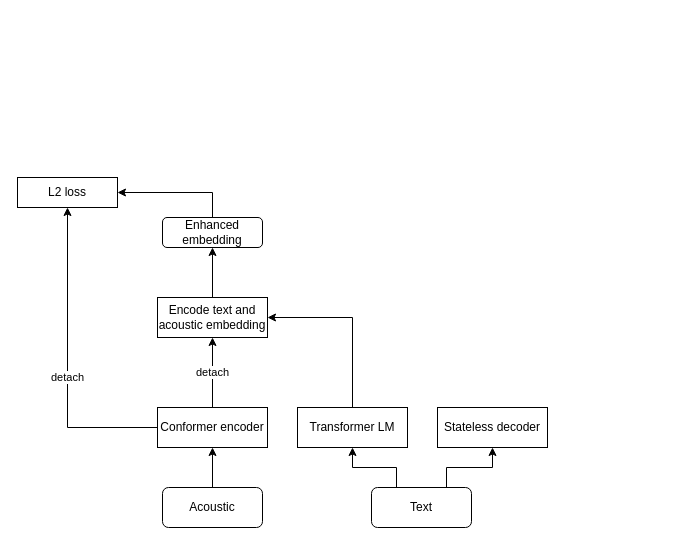
pkufool/drawio keeps this draw.io diagram as work/mbr_structure.drawio. Above is the earlier version. Source tidied: cells renumbered, new cells numbered last; positions are measured from the earlier drawing's top-left corner, leaving out a move shared by most shapes. Both pictures are drawn from the tidied source at 100%, with x=0, y=0 at pixel (17, 177).
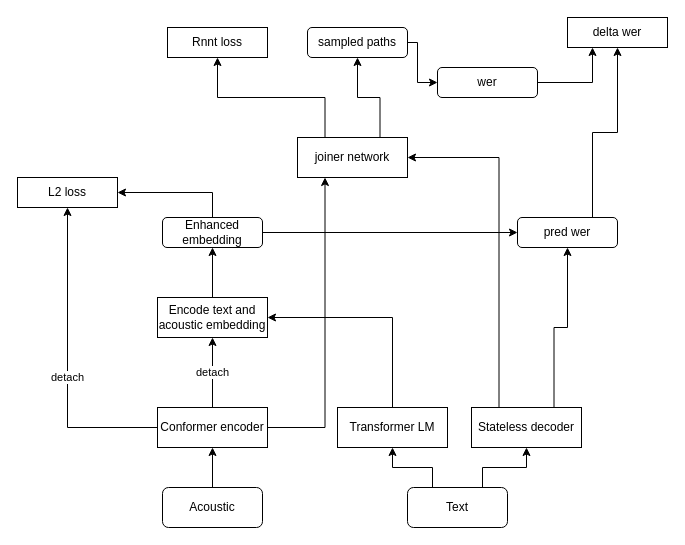
The same diagram, later.

Unchanged cells that the change refers to:
```xml
<mxCell id="5" value="Conformer encoder" style="rounded=0;whiteSpace=wrap;html=1;" parent="1" vertex="1">
  <mxGeometry x="140" y="230" width="110" height="40" as="geometry" />
</mxCell>
<mxCell id="17" value="Enhanced embedding" style="rounded=1;whiteSpace=wrap;html=1;" parent="1" vertex="1">
  <mxGeometry x="145" y="40" width="100" height="30" as="geometry" />
</mxCell>
```

The edit, as a diff of the source:
```diff
@@
+    <mxCell id="19" style="edgeStyle=orthogonalEdgeStyle;rounded=0;jettySize=auto;html=1;exitX=1;exitY=0.5;exitDx=0;exitDy=0;entryX=0.25;entryY=1;entryDx=0;entryDy=0;" parent="1" edge="1" source="5" target="25">
+      <mxGeometry relative="1" as="geometry" />
+    </mxCell>
@@
     <mxCell id="7" value="Transformer LM" style="rounded=0;whiteSpace=wrap;html=1;" parent="1" vertex="1">
-      <mxGeometry x="280" y="230" width="110" height="40" as="geometry" />
+      <mxGeometry x="320" y="230" width="110" height="40" as="geometry" />
     </mxCell>
+    <mxCell id="20" style="edgeStyle=orthogonalEdgeStyle;rounded=0;jettySize=auto;html=1;exitX=0.25;exitY=0;exitDx=0;exitDy=0;entryX=1;entryY=0.5;entryDx=0;entryDy=0;" parent="1" edge="1" source="8" target="25">
+      <mxGeometry relative="1" as="geometry" />
+    </mxCell>
+    <mxCell id="21" style="edgeStyle=orthogonalEdgeStyle;rounded=0;jettySize=auto;html=1;exitX=0.75;exitY=0;exitDx=0;exitDy=0;entryX=0.5;entryY=1;entryDx=0;entryDy=0;" parent="1" edge="1" source="8" target="30">
+      <mxGeometry relative="1" as="geometry" />
+    </mxCell>
     <mxCell id="8" value="Stateless decoder" style="rounded=0;whiteSpace=wrap;html=1;" parent="1" vertex="1">
-      <mxGeometry x="420" y="230" width="110" height="40" as="geometry" />
+      <mxGeometry x="454" y="230" width="110" height="40" as="geometry" />
     </mxCell>
@@
     <mxCell id="11" value="Text" style="rounded=1;whiteSpace=wrap;html=1;" parent="1" vertex="1">
-      <mxGeometry x="354" y="310" width="100" height="40" as="geometry" />
+      <mxGeometry x="390" y="310" width="100" height="40" as="geometry" />
     </mxCell>
@@
+    <mxCell id="22" style="edgeStyle=orthogonalEdgeStyle;rounded=0;jettySize=auto;html=1;exitX=1;exitY=0.5;exitDx=0;exitDy=0;entryX=0;entryY=0.5;entryDx=0;entryDy=0;" parent="1" edge="1" source="17" target="30">
+      <mxGeometry relative="1" as="geometry" />
+    </mxCell>
@@
+    <mxCell id="23" style="edgeStyle=orthogonalEdgeStyle;rounded=0;jettySize=auto;html=1;exitX=0.75;exitY=0;exitDx=0;exitDy=0;entryX=0.5;entryY=1;entryDx=0;entryDy=0;" parent="1" edge="1" source="25" target="27">
+      <mxGeometry relative="1" as="geometry" />
+    </mxCell>
+    <mxCell id="24" style="edgeStyle=orthogonalEdgeStyle;rounded=0;jettySize=auto;html=1;exitX=0.25;exitY=0;exitDx=0;exitDy=0;entryX=0.5;entryY=1;entryDx=0;entryDy=0;" parent="1" edge="1" source="25" target="28">
+      <mxGeometry relative="1" as="geometry" />
+    </mxCell>
+    <mxCell id="25" value="joiner network" style="rounded=0;whiteSpace=wrap;html=1;" parent="1" vertex="1">
+      <mxGeometry x="280" y="-40" width="110" height="40" as="geometry" />
+    </mxCell>
+    <mxCell id="26" style="edgeStyle=orthogonalEdgeStyle;rounded=0;jettySize=auto;html=1;exitX=1;exitY=0.5;exitDx=0;exitDy=0;entryX=0;entryY=0.5;entryDx=0;entryDy=0;" parent="1" edge="1" source="27" target="32">
+      <mxGeometry relative="1" as="geometry">
+        <Array as="points">
+          <mxPoint x="400" y="-135" />
+          <mxPoint x="400" y="-95" />
+        </Array>
+      </mxGeometry>
+    </mxCell>
+    <mxCell id="27" value="sampled paths" style="rounded=1;whiteSpace=wrap;html=1;" parent="1" vertex="1">
+      <mxGeometry x="290" y="-150" width="100" height="30" as="geometry" />
+    </mxCell>
+    <mxCell id="28" value="Rnnt loss" style="rounded=0;whiteSpace=wrap;html=1;" parent="1" vertex="1">
+      <mxGeometry x="150" y="-150" width="100" height="30" as="geometry" />
+    </mxCell>
+    <mxCell id="29" style="edgeStyle=orthogonalEdgeStyle;rounded=0;jettySize=auto;html=1;exitX=0.75;exitY=0;exitDx=0;exitDy=0;" parent="1" edge="1" source="30" target="33">
+      <mxGeometry relative="1" as="geometry" />
+    </mxCell>
+    <mxCell id="30" value="pred wer" style="rounded=1;whiteSpace=wrap;html=1;" parent="1" vertex="1">
+      <mxGeometry x="500" y="40" width="100" height="30" as="geometry" />
+    </mxCell>
+    <mxCell id="31" style="edgeStyle=orthogonalEdgeStyle;rounded=0;jettySize=auto;html=1;exitX=1;exitY=0.5;exitDx=0;exitDy=0;entryX=0.25;entryY=1;entryDx=0;entryDy=0;" parent="1" edge="1" source="32" target="33">
+      <mxGeometry relative="1" as="geometry" />
+    </mxCell>
+    <mxCell id="32" value="wer" style="rounded=1;whiteSpace=wrap;html=1;" parent="1" vertex="1">
+      <mxGeometry x="420" y="-110" width="100" height="30" as="geometry" />
+    </mxCell>
+    <mxCell id="33" value="delta wer" style="rounded=0;whiteSpace=wrap;html=1;" parent="1" vertex="1">
+      <mxGeometry x="550" y="-160" width="100" height="30" as="geometry" />
+    </mxCell>
```
